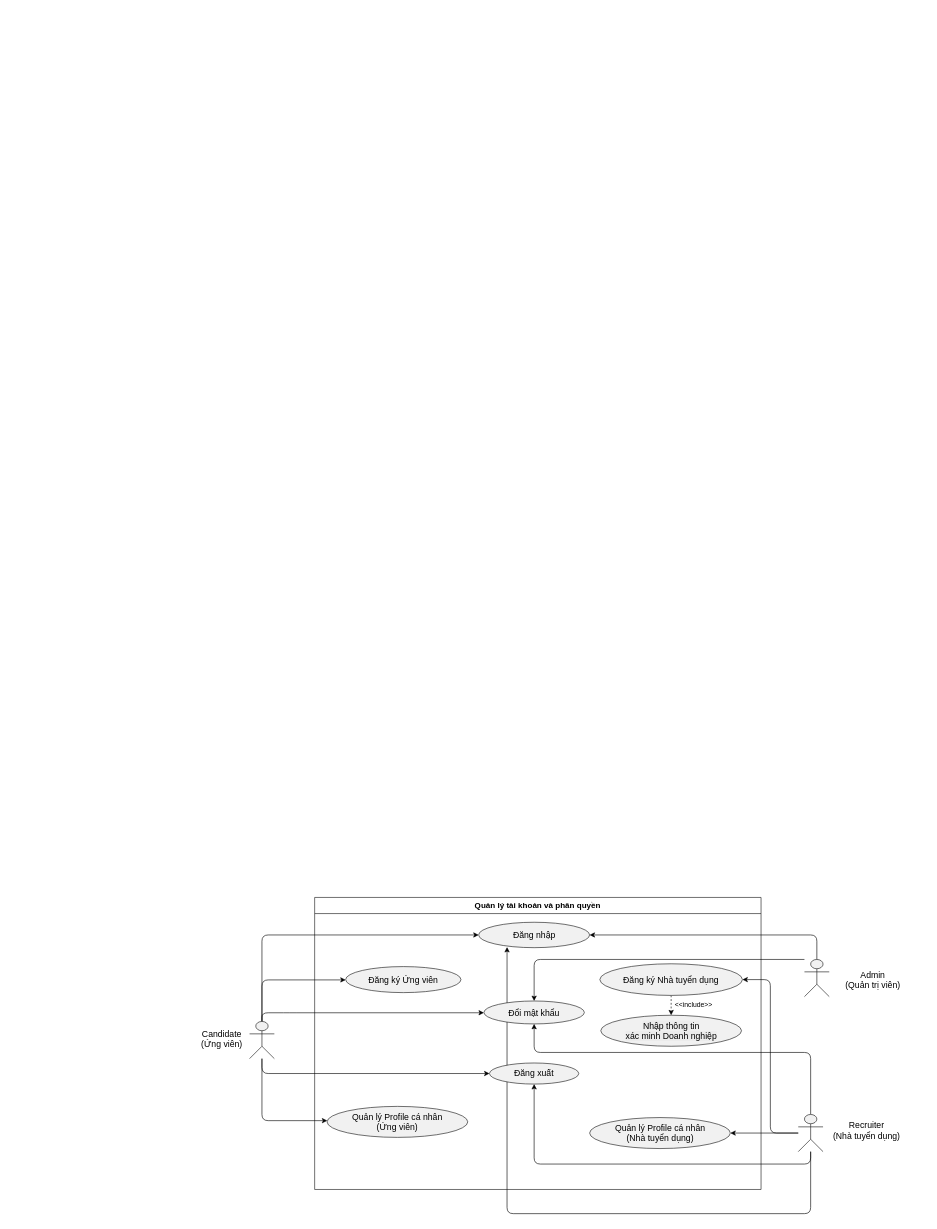
Above: page "Page-2" (2 of 3) of diagrams/usecase.drawio in SE-Project-CTU/smart-recruitment-docs (draw.io), before the change. Source tidied: cells renumbered, new cells numbered last; positions are measured from the earlier drawing's top-left corner, leaving out a move shared by most shapes. Both pictures are drawn from the tidied source at 62%, with x=0, y=0 at pixel (11, 11).
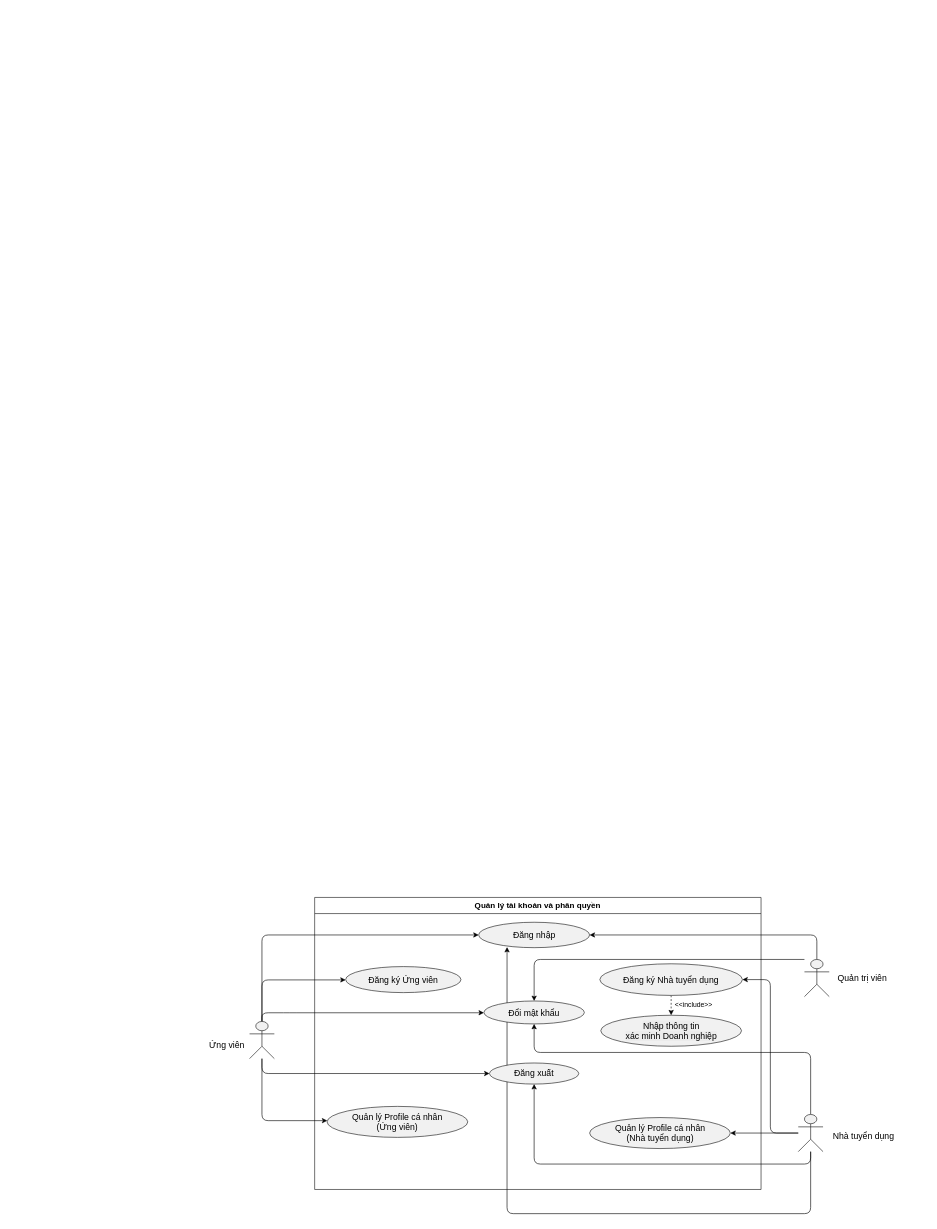
The same diagram, later.

Commit message (it also covers changes not shown here):
docs: Add use case diagrams for account management and admin subsystem

Diff of the diagram source:
```diff
@@
-    <mxCell id="3" style="group;transparentBounds=1;editIcon=1;lockedGroup=0;groupPadding=10;" parent="1" vertex="1">
-      <mxGeometry width="538" height="1350" as="geometry" />
-    </mxCell>
-    <mxCell id="4" value="Recruiter&#10;(Nhà tuyển dụng)" style="text;html=1;align=center;verticalAlign=top;fontColor=#000000;fontSize=14;" parent="3" vertex="1">
-      <mxGeometry x="1301" y="1782.5" width="158" height="47.5" as="geometry" />
-    </mxCell>
@@
-    <mxCell id="19" value="Admin&#10;(Quản trị viên)" style="text;html=1;align=center;verticalAlign=top;fontColor=#000000;fontSize=14;" parent="1" vertex="1">
-      <mxGeometry x="1303.5" y="1540" width="173" height="50" as="geometry" />
+    <mxCell id="19" value="Quản trị viên" style="text;html=1;align=center;verticalAlign=top;fontColor=#000000;fontSize=14;" parent="1" vertex="1">
+      <mxGeometry x="1320" y="1545" width="106.5" height="30" as="geometry" />
     </mxCell>
@@
-    <mxCell id="26" value="Candidate&#10;(Ứng viên)" style="text;html=1;align=center;verticalAlign=top;fontColor=#000000;fontSize=14;" parent="1" vertex="1">
-      <mxGeometry x="295" y="1634.8" width="90" height="50.5" as="geometry" />
+    <mxCell id="26" value="Ứng viên" style="text;html=1;align=center;verticalAlign=top;fontColor=#000000;fontSize=14;" parent="1" vertex="1">
+      <mxGeometry x="310" y="1652.9" width="75" height="25.2" as="geometry" />
     </mxCell>
@@
+    <mxCell id="4" value="Nhà tuyển dụng" style="text;html=1;align=center;verticalAlign=top;fontColor=#000000;fontSize=14;" parent="1" vertex="1">
+      <mxGeometry x="1320" y="1800" width="109" height="27.5" as="geometry" />
+    </mxCell>
```
